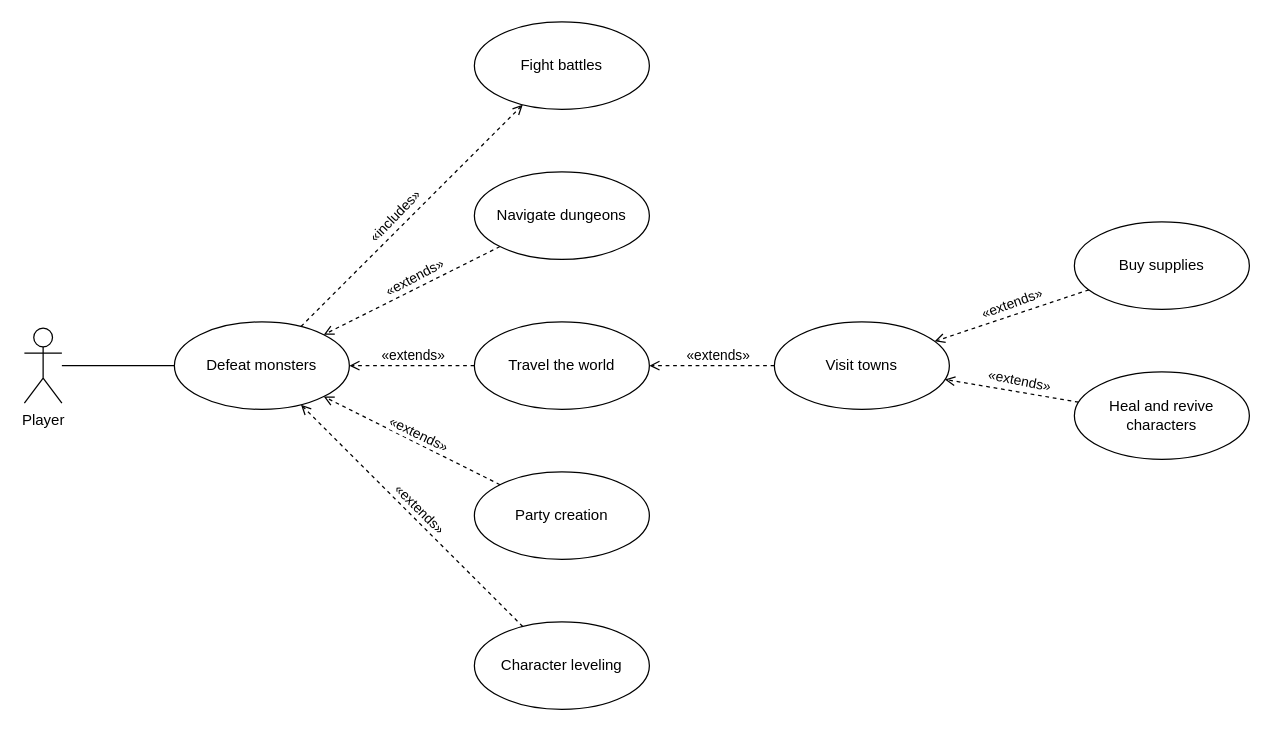
Before: 6. OOP/Monster Quest/Design/Monster Quest use case.drawio in MatejJan/The-Indie-Quest, a draw.io diagram. Source tidied: cells renumbered, new cells numbered last; positions are measured from the earlier drawing's top-left corner, leaving out a move shared by most shapes. Both pictures are drawn from the tidied source at 125%, with x=0, y=0 at pixel (24, 21).
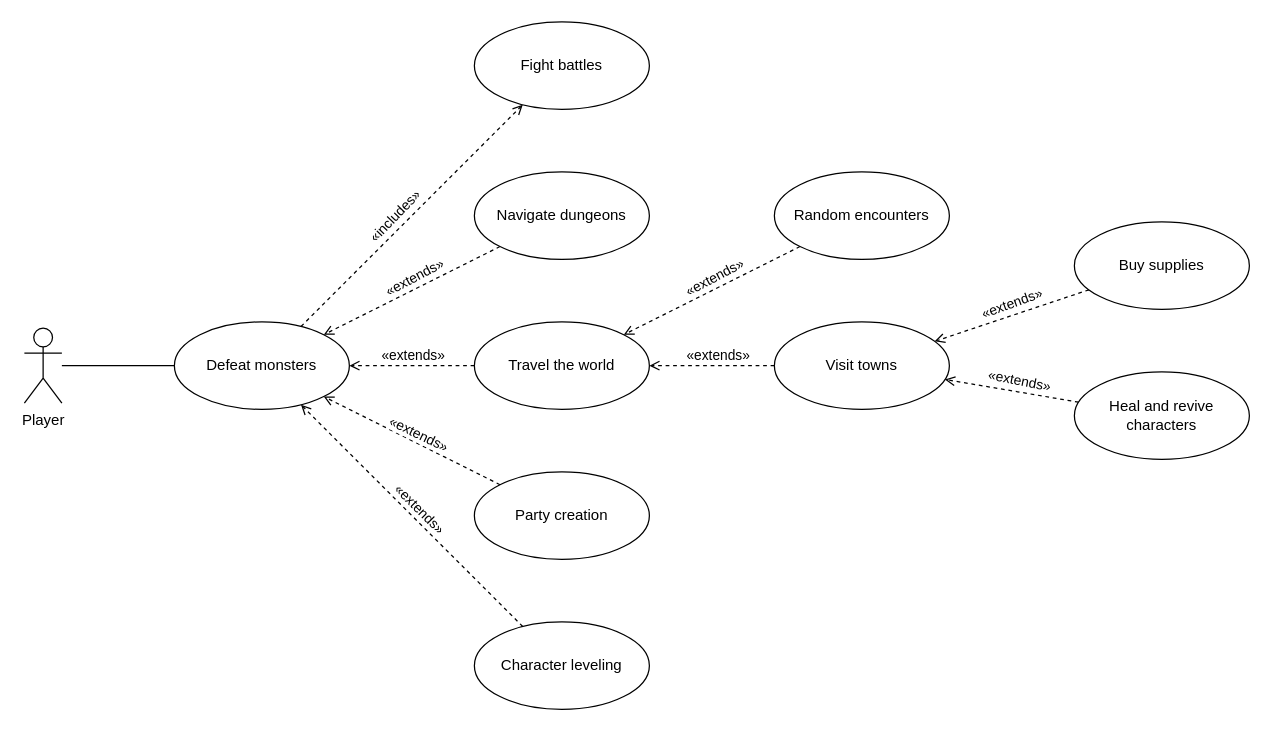
The same diagram, later.

The change refers to these unchanged cells:
```xml
<mxCell id="13" value="Travel the world" style="ellipse;whiteSpace=wrap;html=1;" parent="1" vertex="1">
  <mxGeometry x="360" y="240" width="140" height="70" as="geometry" />
</mxCell>
```

What changed in the source:
```diff
@@
+    <mxCell id="29" value="Random encounters" style="ellipse;whiteSpace=wrap;html=1;" parent="1" vertex="1">
+      <mxGeometry x="600" y="120" width="140" height="70" as="geometry" />
+    </mxCell>
+    <mxCell id="30" style="edgeStyle=none;rounded=0;jettySize=auto;html=1;dashed=1;endArrow=open;endFill=0;" parent="1" edge="1" source="29" target="13">
+      <mxGeometry relative="1" as="geometry" />
+    </mxCell>
+    <mxCell id="31" value="«extends»" style="edgeLabel;html=1;align=center;verticalAlign=bottom;rotation=-28;" parent="30" vertex="1">
+      <mxGeometry x="-0.18" y="-2" relative="1" as="geometry">
+        <mxPoint x="-6" y="5" as="offset" />
+      </mxGeometry>
+    </mxCell>
```
